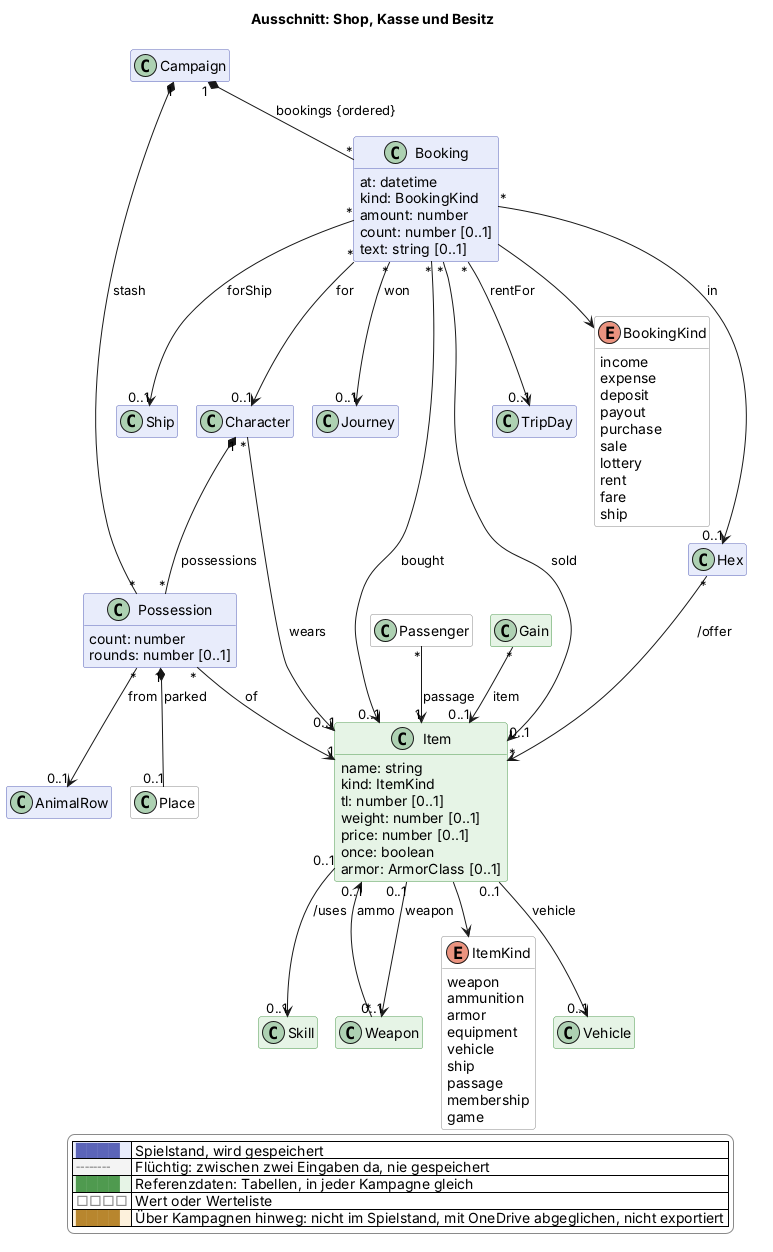
scuzzar/SRE keeps this PlantUML diagram as docs/views/shop.png. Above is the earlier version.
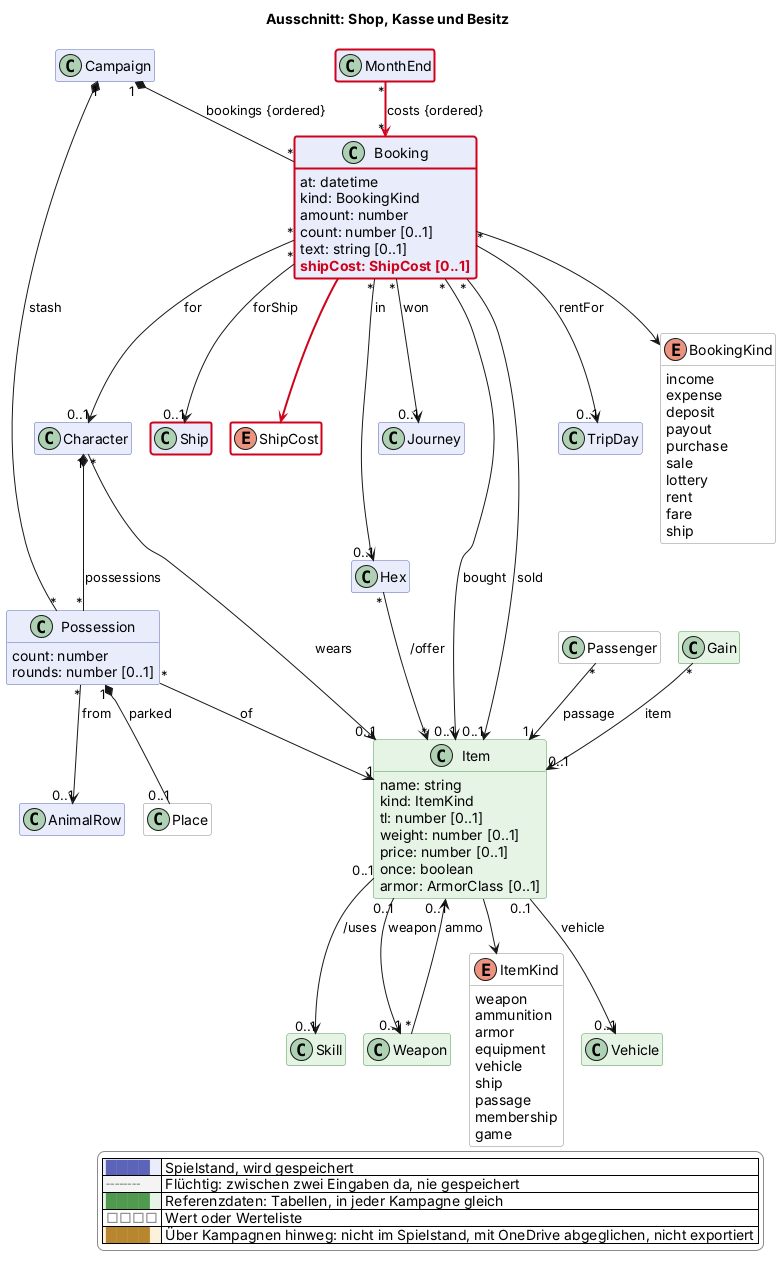
The same file after the commit.

Diff of the diagram source:
```diff
@@ -76,6 +76,7 @@
     amount: number
     count: number [0..1]
     text: string [0..1]
+    $new("2026-11-17b", "shipCost: ShipCost [0..1]")
   }
   enum BookingKind <<value>> $shop {
     income
@@ -96,11 +97,13 @@
   }
 
   class Ship $schiffe
+  enum ShipCost <<value>> $schiffe $newClass("2026-11-17b")
 
 
   class Hex $sektor
 
 
+  class MonthEnd $reise $newClass("2026-11-17b")
   class Journey $reise
   class Passenger <<value>> $reise
 
@@ -143,6 +146,8 @@
 Booking "*" --> "0..1" Ship : forShip
 
 Passenger "*" --> "1" Item : passage
+MonthEnd "*" -$newArrow("2026-11-17b")-> "*" Booking : costs {ordered}
+Booking -$newArrow("2026-11-17b")-> ShipCost
 Booking "*" --> "0..1" Journey : won
 
 
@@ -177,4 +182,6 @@
   |<#ffffff> <color:#8a8a8a>□□□□</color> | Wert oder Werteliste |
   |<#fdf1dc> <color:#b8862e>████</color> | Über Kampagnen hinweg: nicht im Spielstand, mit OneDrive abgeglichen, nicht exportiert |
 endlegend
+class Booking #line:d0021b;line.bold
+class Ship #line:d0021b;line.bold
 @enduml
```
